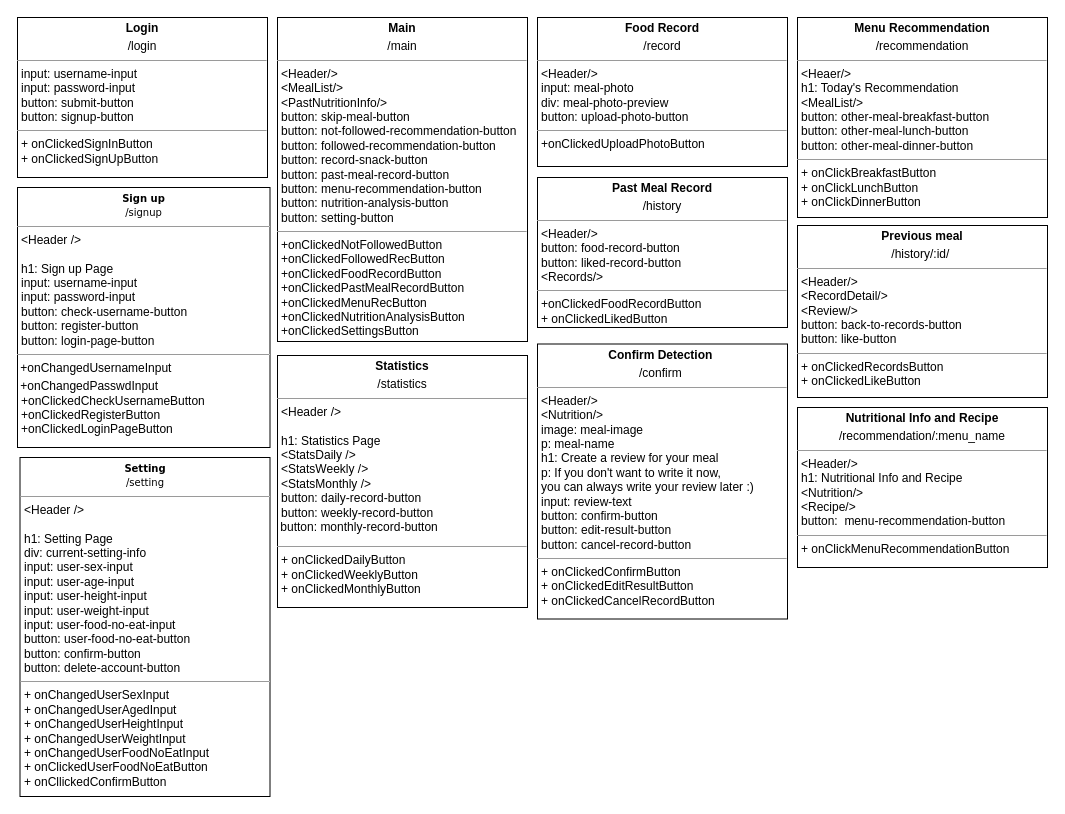
This is diagrams/Page Diagram.drawio from swsnu/swpp2021-team5, a draw.io file, before an edit. Source tidied: cells renumbered, new cells numbered last; positions are measured from the earlier drawing's top-left corner, leaving out a move shared by most shapes. Both pictures are drawn from the tidied source at 100%, with x=0, y=0 at pixel (17, 17).
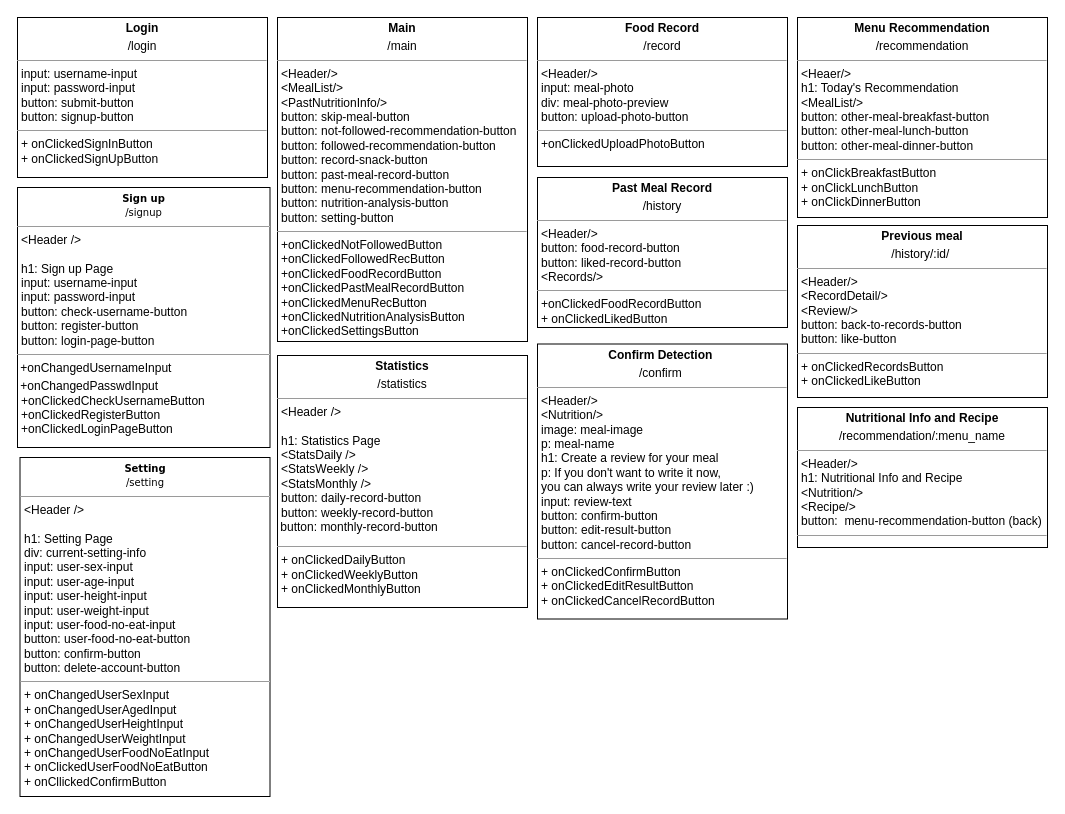
The same diagram, later.

Change to the diagram source:
```diff
@@
 <mxGraphModel>
   <root>
     <mxCell id="0" />
     <mxCell id="1" parent="0" />
     <mxCell id="2" value="&lt;p style=&quot;margin: 4px 0px 0px ; text-align: center&quot;&gt;&lt;b&gt;Statistics&lt;/b&gt;&lt;/p&gt;&lt;p style=&quot;margin: 4px 0px 0px ; text-align: center&quot;&gt;/statistics&lt;/p&gt;&lt;hr size=&quot;1&quot;&gt;&lt;p style=&quot;text-align: justify ; margin: 0px 0px 0px 4px&quot;&gt;&amp;lt;Header /&amp;gt;&lt;br&gt;&lt;/p&gt;&lt;p style=&quot;text-align: justify ; margin: 0px 0px 0px 4px&quot;&gt;&lt;br&gt;&lt;/p&gt;&lt;p style=&quot;text-align: justify ; margin: 0px 0px 0px 4px&quot;&gt;h1: Statistics Page&lt;/p&gt;&lt;p style=&quot;text-align: justify ; margin: 0px 0px 0px 4px&quot;&gt;&amp;lt;StatsDaily /&amp;gt;&lt;/p&gt;&lt;p style=&quot;text-align: justify ; margin: 0px 0px 0px 4px&quot;&gt;&amp;lt;StatsWeekly /&amp;gt;&lt;/p&gt;&lt;p style=&quot;text-align: justify ; margin: 0px 0px 0px 4px&quot;&gt;&amp;lt;StatsMonthly /&amp;gt;&lt;/p&gt;&lt;p style=&quot;text-align: justify ; margin: 0px 0px 0px 4px&quot;&gt;button: daily-record-button&lt;/p&gt;&lt;p style=&quot;text-align: justify ; margin: 0px 0px 0px 4px&quot;&gt;&lt;span style=&quot;text-align: left&quot;&gt;button:&amp;nbsp;&lt;/span&gt;&lt;span style=&quot;text-align: left&quot;&gt;weekly-record-button&amp;nbsp;&lt;/span&gt;&lt;/p&gt;&lt;span style=&quot;text-align: left&quot;&gt;&lt;div style=&quot;text-align: justify&quot;&gt;&lt;span&gt;&amp;nbsp;button:&amp;nbsp;&lt;/span&gt;&lt;span&gt;monthly-record-button&lt;/span&gt;&lt;/div&gt;&lt;/span&gt;&lt;p&gt;&lt;/p&gt;&lt;hr size=&quot;1&quot; style=&quot;text-align: justify&quot;&gt;&lt;p style=&quot;text-align: justify ; margin: 0px 0px 0px 4px&quot;&gt;+ onClickedDailyButton&lt;/p&gt;&lt;p style=&quot;text-align: justify ; margin: 0px 0px 0px 4px&quot;&gt;+ onClickedWeeklyButton&lt;/p&gt;&lt;p style=&quot;text-align: justify ; margin: 0px 0px 0px 4px&quot;&gt;+ onClickedMonthlyButton&lt;/p&gt;" style="verticalAlign=top;align=left;overflow=fill;fontSize=12;fontFamily=Helvetica;html=1;rounded=0;shadow=0;comic=0;labelBackgroundColor=none;strokeWidth=1;" parent="1" vertex="1">
       <mxGeometry x="260" y="338" width="250" height="252" as="geometry" />
     </mxCell>
     <mxCell id="3" value="&lt;p style=&quot;margin: 0px ; margin-top: 4px ; text-align: center&quot;&gt;&lt;b&gt;Main&lt;/b&gt;&lt;/p&gt;&lt;p style=&quot;margin: 0px ; margin-top: 4px ; text-align: center&quot;&gt;/main&lt;/p&gt;&lt;hr size=&quot;1&quot;&gt;&lt;p style=&quot;margin: 0px ; margin-left: 4px&quot;&gt;&lt;span&gt;&amp;lt;Header/&amp;gt;&lt;/span&gt;&lt;/p&gt;&lt;p style=&quot;margin: 0px ; margin-left: 4px&quot;&gt;&lt;span&gt;&amp;lt;MealList/&amp;gt;&lt;/span&gt;&lt;br&gt;&lt;/p&gt;&lt;p style=&quot;margin: 0px ; margin-left: 4px&quot;&gt;&amp;lt;PastNutritionInfo/&amp;gt;&lt;/p&gt;&lt;p style=&quot;margin: 0px ; margin-left: 4px&quot;&gt;button: skip-meal-button&lt;/p&gt;&lt;p style=&quot;margin: 0px ; margin-left: 4px&quot;&gt;button: not-followed-recommendation-button&lt;/p&gt;&lt;p style=&quot;margin: 0px 0px 0px 4px&quot;&gt;button: followed-recommendation-button&lt;/p&gt;&lt;p style=&quot;margin: 0px ; margin-left: 4px&quot;&gt;&lt;span&gt;button: record-snack-button&lt;/span&gt;&lt;br&gt;&lt;/p&gt;&lt;p style=&quot;margin: 0px 0px 0px 4px&quot;&gt;button: past-meal-record-button&lt;/p&gt;&lt;p style=&quot;margin: 0px 0px 0px 4px&quot;&gt;button: menu-recommendation-button&lt;/p&gt;&lt;p style=&quot;margin: 0px 0px 0px 4px&quot;&gt;button: nutrition-analysis-button&lt;/p&gt;&lt;p style=&quot;margin: 0px 0px 0px 4px&quot;&gt;&lt;span&gt;button: setting-button&lt;/span&gt;&lt;br&gt;&lt;/p&gt;&lt;hr size=&quot;1&quot;&gt;&lt;p style=&quot;margin: 0px ; margin-left: 4px&quot;&gt;+onClickedNotFollowedButton&lt;/p&gt;&lt;p style=&quot;margin: 0px ; margin-left: 4px&quot;&gt;+onClickedFollowedRecButton&lt;br&gt;&lt;/p&gt;&lt;p style=&quot;margin: 0px ; margin-left: 4px&quot;&gt;+onClickedFoodRecordButton&lt;/p&gt;&lt;p style=&quot;margin: 0px 0px 0px 4px&quot;&gt;+onClickedPastMealRecordButton&lt;/p&gt;&lt;p style=&quot;margin: 0px ; margin-left: 4px&quot;&gt;+onClickedMenuRecButton&lt;/p&gt;&lt;p style=&quot;margin: 0px ; margin-left: 4px&quot;&gt;+onClickedNutritionAnalysisButton&lt;/p&gt;&lt;p style=&quot;margin: 0px ; margin-left: 4px&quot;&gt;&lt;span&gt;+onClickedSettingsButton&lt;/span&gt;&lt;br&gt;&lt;/p&gt;" style="verticalAlign=top;align=left;overflow=fill;fontSize=12;fontFamily=Helvetica;html=1;rounded=0;shadow=0;comic=0;labelBackgroundColor=none;strokeWidth=1;" parent="1" vertex="1">
       <mxGeometry x="260" width="250" height="324" as="geometry" />
     </mxCell>
     <mxCell id="4" value="&lt;p style=&quot;margin: 0px ; margin-top: 4px ; text-align: center&quot;&gt;&lt;b&gt;Login&lt;/b&gt;&lt;/p&gt;&lt;p style=&quot;margin: 0px ; margin-top: 4px ; text-align: center&quot;&gt;/login&lt;/p&gt;&lt;hr size=&quot;1&quot;&gt;&lt;p style=&quot;margin: 0px ; margin-left: 4px&quot;&gt;input: username-input&lt;/p&gt;&lt;p style=&quot;margin: 0px ; margin-left: 4px&quot;&gt;input: password-input&lt;/p&gt;&lt;p style=&quot;margin: 0px ; margin-left: 4px&quot;&gt;button: submit-button&lt;/p&gt;&lt;p style=&quot;margin: 0px ; margin-left: 4px&quot;&gt;button: signup-button&lt;/p&gt;&lt;hr size=&quot;1&quot;&gt;&lt;p style=&quot;margin: 0px ; margin-left: 4px&quot;&gt;+ onClickedSignInButton&lt;/p&gt;&lt;p style=&quot;margin: 0px ; margin-left: 4px&quot;&gt;+ onClickedSignUpButton&lt;/p&gt;" style="verticalAlign=top;align=left;overflow=fill;fontSize=12;fontFamily=Helvetica;html=1;rounded=0;shadow=0;comic=0;labelBackgroundColor=none;strokeWidth=1;" parent="1" vertex="1">
       <mxGeometry width="250" height="160" as="geometry" />
     </mxCell>
     <mxCell id="5" value="&lt;p style=&quot;margin: 0px ; margin-top: 4px ; text-align: center&quot;&gt;&lt;b&gt;Food Record&lt;/b&gt;&lt;/p&gt;&lt;p style=&quot;margin: 0px ; margin-top: 4px ; text-align: center&quot;&gt;/record&lt;/p&gt;&lt;hr size=&quot;1&quot;&gt;&lt;p style=&quot;margin: 0px ; margin-left: 4px&quot;&gt;&lt;span&gt;&amp;lt;Header/&amp;gt;&lt;/span&gt;&lt;/p&gt;&lt;p style=&quot;margin: 0px ; margin-left: 4px&quot;&gt;&lt;span&gt;input: meal-photo&lt;/span&gt;&lt;/p&gt;&lt;p style=&quot;margin: 0px ; margin-left: 4px&quot;&gt;&lt;span&gt;div: meal-photo-preview&lt;/span&gt;&lt;/p&gt;&lt;p style=&quot;margin: 0px ; margin-left: 4px&quot;&gt;&lt;span&gt;button: upload-photo-button&lt;/span&gt;&lt;/p&gt;&lt;hr size=&quot;1&quot;&gt;&lt;p style=&quot;margin: 0px ; margin-left: 4px&quot;&gt;&lt;span&gt;+onClickedUploadPhotoButton&lt;/span&gt;&lt;br&gt;&lt;/p&gt;&lt;p style=&quot;margin: 0px ; margin-left: 4px&quot;&gt;&lt;br&gt;&lt;/p&gt;" style="verticalAlign=top;align=left;overflow=fill;fontSize=12;fontFamily=Helvetica;html=1;rounded=0;shadow=0;comic=0;labelBackgroundColor=none;strokeWidth=1;" parent="1" vertex="1">
       <mxGeometry x="520" width="250" height="149" as="geometry" />
     </mxCell>
     <mxCell id="6" value="&lt;p style=&quot;margin: 0px ; margin-top: 4px ; text-align: center&quot;&gt;&lt;b&gt;Past Meal Record&lt;/b&gt;&lt;/p&gt;&lt;p style=&quot;margin: 0px ; margin-top: 4px ; text-align: center&quot;&gt;/history&lt;/p&gt;&lt;hr size=&quot;1&quot;&gt;&lt;p style=&quot;margin: 0px 0px 0px 4px&quot;&gt;&amp;lt;Header/&amp;gt;&lt;/p&gt;&lt;p style=&quot;margin: 0px 0px 0px 4px&quot;&gt;button: food-record-button&lt;/p&gt;&lt;p style=&quot;margin: 0px 0px 0px 4px&quot;&gt;button: liked-record-button&lt;/p&gt;&lt;p style=&quot;margin: 0px 0px 0px 4px&quot;&gt;&amp;lt;Records/&amp;gt;&lt;/p&gt;&lt;hr size=&quot;1&quot;&gt;&lt;p style=&quot;margin: 0px ; margin-left: 4px&quot;&gt;+onClickedFoodRecordButton&lt;/p&gt;&lt;p style=&quot;margin: 0px ; margin-left: 4px&quot;&gt;+ onClickedLikedButton&lt;/p&gt;" style="verticalAlign=top;align=left;overflow=fill;fontSize=12;fontFamily=Helvetica;html=1;rounded=0;shadow=0;comic=0;labelBackgroundColor=none;strokeWidth=1;" parent="1" vertex="1">
       <mxGeometry x="520" y="160" width="250" height="150" as="geometry" />
     </mxCell>
     <mxCell id="7" value="&lt;p style=&quot;margin: 4px 0px 0px ; text-align: center&quot;&gt;&lt;b style=&quot;font-family: &amp;#34;verdana&amp;#34; ; font-size: 10px&quot;&gt;Sign up&lt;/b&gt;&lt;br style=&quot;font-family: &amp;#34;verdana&amp;#34; ; font-size: 10px&quot;&gt;&lt;span style=&quot;font-family: &amp;#34;verdana&amp;#34; ; font-size: 10px&quot;&gt;/signup&lt;/span&gt;&lt;br&gt;&lt;/p&gt;&lt;hr size=&quot;1&quot;&gt;&lt;p style=&quot;text-align: justify ; margin: 0px 0px 0px 4px&quot;&gt;&amp;lt;Header /&amp;gt;&lt;/p&gt;&lt;p style=&quot;text-align: justify ; margin: 0px 0px 0px 4px&quot;&gt;&lt;br&gt;&lt;/p&gt;&lt;p style=&quot;text-align: justify ; margin: 0px 0px 0px 4px&quot;&gt;h1: Sign up Page&lt;/p&gt;&lt;p style=&quot;text-align: justify ; margin: 0px 0px 0px 4px&quot;&gt;input: username-input&lt;/p&gt;&lt;p style=&quot;text-align: justify ; margin: 0px 0px 0px 4px&quot;&gt;input: password-input&lt;/p&gt;&lt;p style=&quot;text-align: justify ; margin: 0px 0px 0px 4px&quot;&gt;button: check-username-button&lt;/p&gt;&lt;p style=&quot;text-align: justify ; margin: 0px 0px 0px 4px&quot;&gt;button: register-button&lt;/p&gt;&lt;p style=&quot;text-align: justify ; margin: 0px 0px 0px 4px&quot;&gt;button: login-page-button&lt;/p&gt;&lt;hr size=&quot;1&quot; style=&quot;text-align: justify&quot;&gt;&lt;p style=&quot;text-align: justify ; margin: 4px 0px 0px&quot;&gt;&lt;span&gt;&amp;nbsp;+onChangedUsernameInput&lt;/span&gt;&lt;br&gt;&lt;/p&gt;&lt;p style=&quot;text-align: justify ; margin: 4px 0px 0px&quot;&gt;&lt;span&gt;&amp;nbsp;+onChangedPasswdInput&lt;/span&gt;&lt;/p&gt;&lt;p style=&quot;text-align: justify ; margin: 0px 0px 0px 4px&quot;&gt;+onClickedCheckUsernameButton&lt;/p&gt;&lt;p style=&quot;text-align: justify ; margin: 0px 0px 0px 4px&quot;&gt;+onClickedRegisterButton&lt;/p&gt;&lt;p style=&quot;text-align: justify ; margin: 0px 0px 0px 4px&quot;&gt;+onClickedLoginPageButton&lt;/p&gt;" style="verticalAlign=top;align=left;overflow=fill;fontSize=12;fontFamily=Helvetica;html=1;" parent="1" vertex="1">
       <mxGeometry y="170" width="252.5" height="260" as="geometry" />
     </mxCell>
     <mxCell id="8" value="&lt;p style=&quot;margin: 4px 0px 0px ; text-align: center&quot;&gt;&lt;b style=&quot;font-family: &amp;#34;verdana&amp;#34; ; font-size: 10px&quot;&gt;Setting&lt;/b&gt;&lt;br style=&quot;font-family: &amp;#34;verdana&amp;#34; ; font-size: 10px&quot;&gt;&lt;span style=&quot;font-family: &amp;#34;verdana&amp;#34; ; font-size: 10px&quot;&gt;/setting&lt;/span&gt;&lt;br&gt;&lt;/p&gt;&lt;hr size=&quot;1&quot;&gt;&lt;p style=&quot;margin: 0px 0px 0px 4px&quot;&gt;&amp;lt;Header /&amp;gt;&lt;br&gt;&lt;/p&gt;&lt;p style=&quot;margin: 0px 0px 0px 4px&quot;&gt;&lt;br&gt;&lt;/p&gt;&lt;p style=&quot;margin: 0px 0px 0px 4px&quot;&gt;h1: Setting Page&lt;/p&gt;&lt;p style=&quot;margin: 0px 0px 0px 4px&quot;&gt;div: current-setting-info&lt;/p&gt;&lt;p style=&quot;margin: 0px 0px 0px 4px&quot;&gt;input: user-sex-input&lt;/p&gt;&lt;p style=&quot;margin: 0px 0px 0px 4px&quot;&gt;input: user-age-input&lt;/p&gt;&lt;p style=&quot;margin: 0px 0px 0px 4px&quot;&gt;input: user-height-input&lt;/p&gt;&lt;p style=&quot;margin: 0px 0px 0px 4px&quot;&gt;input: user-weight-input&lt;/p&gt;&lt;p style=&quot;margin: 0px 0px 0px 4px&quot;&gt;input: user-food-no-eat-input&lt;br&gt;&lt;/p&gt;&lt;p style=&quot;margin: 0px 0px 0px 4px&quot;&gt;button: user-food-no-eat-button&lt;/p&gt;&lt;p style=&quot;margin: 0px 0px 0px 4px&quot;&gt;button: confirm-button&lt;br&gt;&lt;/p&gt;&lt;p style=&quot;margin: 0px 0px 0px 4px&quot;&gt;button: delete-account-button&lt;/p&gt;&lt;hr size=&quot;1&quot;&gt;&lt;p style=&quot;margin: 0px 0px 0px 4px&quot;&gt;+ onChangedUserSexInput&lt;/p&gt;&lt;p style=&quot;margin: 0px 0px 0px 4px&quot;&gt;+ onChangedUserAgedInput&lt;/p&gt;&lt;p style=&quot;margin: 0px 0px 0px 4px&quot;&gt;+ onChangedUserHeightInput&lt;/p&gt;&lt;p style=&quot;margin: 0px 0px 0px 4px&quot;&gt;+ onChangedUserWeightInput&lt;/p&gt;&lt;p style=&quot;margin: 0px 0px 0px 4px&quot;&gt;+ onChangedUserFoodNoEatInput&lt;/p&gt;&lt;p style=&quot;margin: 0px 0px 0px 4px&quot;&gt;+ onClickedUserFoodNoEatButton&lt;/p&gt;&lt;p style=&quot;margin: 0px 0px 0px 4px&quot;&gt;+ onCllickedConfirmButton&lt;/p&gt;" style="verticalAlign=top;align=left;overflow=fill;fontSize=12;fontFamily=Helvetica;html=1;" parent="1" vertex="1">
       <mxGeometry x="2.5" y="440" width="250" height="339" as="geometry" />
     </mxCell>
     <mxCell id="9" value="&lt;p style=&quot;margin: 0px ; margin-top: 4px ; text-align: center&quot;&gt;&lt;b&gt;Menu Recommendation&lt;/b&gt;&lt;/p&gt;&lt;p style=&quot;margin: 0px ; margin-top: 4px ; text-align: center&quot;&gt;/recommendation&lt;/p&gt;&lt;hr size=&quot;1&quot;&gt;&lt;p style=&quot;margin: 0px 0px 0px 4px&quot;&gt;&amp;lt;Heaer/&amp;gt;&lt;/p&gt;&lt;p style=&quot;margin: 0px 0px 0px 4px&quot;&gt;h1: Today's Recommendation&lt;/p&gt;&lt;p style=&quot;margin: 0px 0px 0px 4px&quot;&gt;&amp;lt;MealList/&amp;gt;&lt;/p&gt;&lt;p style=&quot;margin: 0px 0px 0px 4px&quot;&gt;button:&amp;nbsp;other-meal-breakfast-button&lt;/p&gt;&lt;p style=&quot;margin: 0px 0px 0px 4px&quot;&gt;button: other-meal-lunch-button&lt;/p&gt;&lt;p style=&quot;margin: 0px 0px 0px 4px&quot;&gt;button: other-meal-dinner-button&lt;br&gt;&lt;/p&gt;&lt;hr size=&quot;1&quot;&gt;&lt;p style=&quot;margin: 0px 0px 0px 4px&quot;&gt;+ onClickBreakfastButton&lt;br&gt;+ onClickLunchButton&lt;/p&gt;&lt;p style=&quot;margin: 0px 0px 0px 4px&quot;&gt;+ onClickDinnerButton&lt;/p&gt;" style="verticalAlign=top;align=left;overflow=fill;fontSize=12;fontFamily=Helvetica;html=1;rounded=0;shadow=0;comic=0;labelBackgroundColor=none;strokeWidth=1;" parent="1" vertex="1">
       <mxGeometry x="780" width="250" height="200" as="geometry" />
     </mxCell>
-    <mxCell id="10" value="&lt;p style=&quot;margin: 0px ; margin-top: 4px ; text-align: center&quot;&gt;&lt;b&gt;Nutritional Info and Recipe&lt;/b&gt;&lt;/p&gt;&lt;p style=&quot;margin: 0px ; margin-top: 4px ; text-align: center&quot;&gt;/recommendation/:menu_name&lt;/p&gt;&lt;hr size=&quot;1&quot;&gt;&lt;p style=&quot;margin: 0px 0px 0px 4px&quot;&gt;&amp;lt;Header/&amp;gt;&lt;/p&gt;&lt;p style=&quot;margin: 0px 0px 0px 4px&quot;&gt;h1: Nutritional Info and Recipe&lt;/p&gt;&lt;p style=&quot;margin: 0px 0px 0px 4px&quot;&gt;&amp;lt;Nutrition/&amp;gt;&lt;/p&gt;&lt;p style=&quot;margin: 0px 0px 0px 4px&quot;&gt;&amp;lt;Recipe/&amp;gt;&lt;/p&gt;&lt;p style=&quot;margin: 0px 0px 0px 4px&quot;&gt;button:&amp;nbsp;&amp;nbsp;&lt;span style=&quot;text-align: center&quot;&gt;menu-recommendation-button&lt;/span&gt;&lt;/p&gt;&lt;hr size=&quot;1&quot;&gt;&lt;p style=&quot;margin: 0px 0px 0px 4px&quot;&gt;+ onClickMenuRecommendationButton&lt;/p&gt;" style="verticalAlign=top;align=left;overflow=fill;fontSize=12;fontFamily=Helvetica;html=1;rounded=0;shadow=0;comic=0;labelBackgroundColor=none;strokeWidth=1;" parent="1" vertex="1">
-      <mxGeometry x="780" y="390" width="250" height="160" as="geometry" />
+    <mxCell id="10" value="&lt;p style=&quot;margin: 0px ; margin-top: 4px ; text-align: center&quot;&gt;&lt;b&gt;Nutritional Info and Recipe&lt;/b&gt;&lt;/p&gt;&lt;p style=&quot;margin: 0px ; margin-top: 4px ; text-align: center&quot;&gt;/recommendation/:menu_name&lt;/p&gt;&lt;hr size=&quot;1&quot;&gt;&lt;p style=&quot;margin: 0px 0px 0px 4px&quot;&gt;&amp;lt;Header/&amp;gt;&lt;/p&gt;&lt;p style=&quot;margin: 0px 0px 0px 4px&quot;&gt;h1: Nutritional Info and Recipe&lt;/p&gt;&lt;p style=&quot;margin: 0px 0px 0px 4px&quot;&gt;&amp;lt;Nutrition/&amp;gt;&lt;/p&gt;&lt;p style=&quot;margin: 0px 0px 0px 4px&quot;&gt;&amp;lt;Recipe/&amp;gt;&lt;/p&gt;&lt;p style=&quot;margin: 0px 0px 0px 4px&quot;&gt;button:&amp;nbsp;&amp;nbsp;&lt;span style=&quot;text-align: center&quot;&gt;menu-recommendation-button (back)&lt;/span&gt;&lt;/p&gt;&lt;hr size=&quot;1&quot;&gt;&lt;p style=&quot;margin: 0px 0px 0px 4px&quot;&gt;&lt;br&gt;&lt;/p&gt;" style="verticalAlign=top;align=left;overflow=fill;fontSize=12;fontFamily=Helvetica;html=1;rounded=0;shadow=0;comic=0;labelBackgroundColor=none;strokeWidth=1;" parent="1" vertex="1">
+      <mxGeometry x="780" y="390" width="250" height="140" as="geometry" />
     </mxCell>
     <mxCell id="11" value="&lt;p style=&quot;margin: 0px ; margin-top: 4px ; text-align: center&quot;&gt;&lt;b&gt;Previous meal&lt;/b&gt;&lt;/p&gt;&lt;p style=&quot;margin: 0px ; margin-top: 4px ; text-align: center&quot;&gt;/history/:id/&lt;b&gt;&amp;nbsp;&lt;/b&gt;&lt;/p&gt;&lt;hr size=&quot;1&quot;&gt;&lt;p style=&quot;margin: 0px ; margin-left: 4px&quot;&gt;&amp;lt;Header/&amp;gt;&lt;/p&gt;&lt;p style=&quot;margin: 0px ; margin-left: 4px&quot;&gt;&amp;lt;RecordDetail/&amp;gt;&lt;/p&gt;&lt;p style=&quot;margin: 0px ; margin-left: 4px&quot;&gt;&amp;lt;Review/&amp;gt;&lt;/p&gt;&lt;p style=&quot;margin: 0px ; margin-left: 4px&quot;&gt;button: back-to-records-button&lt;/p&gt;&lt;p style=&quot;margin: 0px ; margin-left: 4px&quot;&gt;button: like-button&lt;/p&gt;&lt;hr size=&quot;1&quot;&gt;&lt;p style=&quot;margin: 0px ; margin-left: 4px&quot;&gt;+ onClickedRecordsButton&lt;/p&gt;&lt;p style=&quot;margin: 0px ; margin-left: 4px&quot;&gt;+ onClickedLikeButton&lt;/p&gt;" style="verticalAlign=top;align=left;overflow=fill;fontSize=12;fontFamily=Helvetica;html=1;" parent="1" vertex="1">
       <mxGeometry x="780" y="208" width="250" height="172" as="geometry" />
     </mxCell>
     <mxCell id="12" value="&lt;p style=&quot;margin: 0px ; margin-top: 4px ; text-align: center&quot;&gt;&lt;b&gt;Confirm Detection&amp;nbsp;&lt;/b&gt;&lt;/p&gt;&lt;p style=&quot;margin: 0px ; margin-top: 4px ; text-align: center&quot;&gt;/confirm&lt;b&gt;&amp;nbsp;&lt;/b&gt;&lt;/p&gt;&lt;hr size=&quot;1&quot;&gt;&lt;p style=&quot;margin: 0px ; margin-left: 4px&quot;&gt;&amp;lt;Header/&amp;gt;&lt;/p&gt;&lt;p style=&quot;margin: 0px ; margin-left: 4px&quot;&gt;&amp;lt;Nutrition/&amp;gt;&lt;/p&gt;&lt;p style=&quot;margin: 0px ; margin-left: 4px&quot;&gt;image: meal-image&lt;/p&gt;&lt;p style=&quot;margin: 0px ; margin-left: 4px&quot;&gt;p: meal-name&lt;/p&gt;&lt;p style=&quot;margin: 0px 0px 0px 4px&quot;&gt;h1: Create a review for your meal&lt;/p&gt;&lt;p style=&quot;margin: 0px 0px 0px 4px&quot;&gt;p: If you don't want to write it now,&amp;nbsp;&lt;/p&gt;&lt;p style=&quot;margin: 0px 0px 0px 4px&quot;&gt;you can always write your review later :)&lt;/p&gt;&lt;p style=&quot;margin: 0px 0px 0px 4px&quot;&gt;input: review-text&lt;/p&gt;&lt;p style=&quot;margin: 0px ; margin-left: 4px&quot;&gt;&lt;span&gt;button: confirm-button&lt;/span&gt;&lt;br&gt;&lt;/p&gt;&lt;p style=&quot;margin: 0px ; margin-left: 4px&quot;&gt;button: edit-result-button&lt;/p&gt;&lt;p style=&quot;margin: 0px ; margin-left: 4px&quot;&gt;button: cancel-record-button&lt;/p&gt;&lt;hr size=&quot;1&quot;&gt;&lt;p style=&quot;margin: 0px ; margin-left: 4px&quot;&gt;+ onClickedConfirmButton&lt;/p&gt;&lt;p style=&quot;margin: 0px ; margin-left: 4px&quot;&gt;+ onClickedEditResultButton&lt;/p&gt;&lt;p style=&quot;margin: 0px 0px 0px 4px&quot;&gt;+ onClickedCancelRecordButton&lt;/p&gt;&lt;p style=&quot;margin: 0px ; margin-left: 4px&quot;&gt;&lt;br&gt;&lt;/p&gt;&lt;p style=&quot;margin: 0px ; margin-left: 4px&quot;&gt;&lt;br&gt;&lt;/p&gt;" style="verticalAlign=top;align=left;overflow=fill;fontSize=12;fontFamily=Helvetica;html=1;" parent="1" vertex="1">
       <mxGeometry x="520" y="326.5" width="250" height="275" as="geometry" />
     </mxCell>
   </root>
 </mxGraphModel>
```
